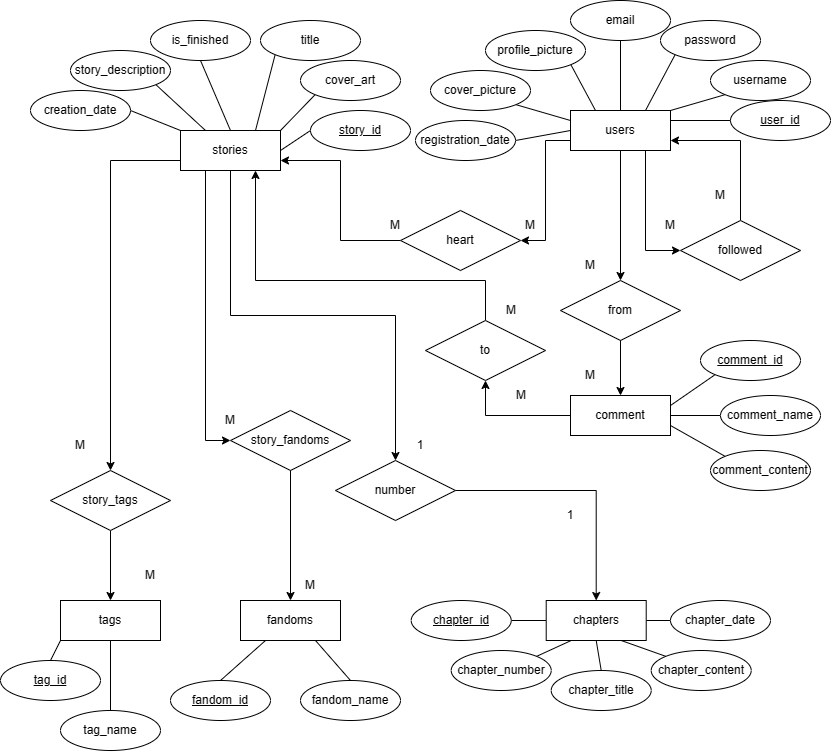
This is ER Diagram.png from SistemBasisData2023/fanhive, a draw.io export, as it was before one commit. Source tidied: cells renumbered, new cells last; positions are measured from the earlier drawing's top-left corner, leaving out a move shared by most shapes.
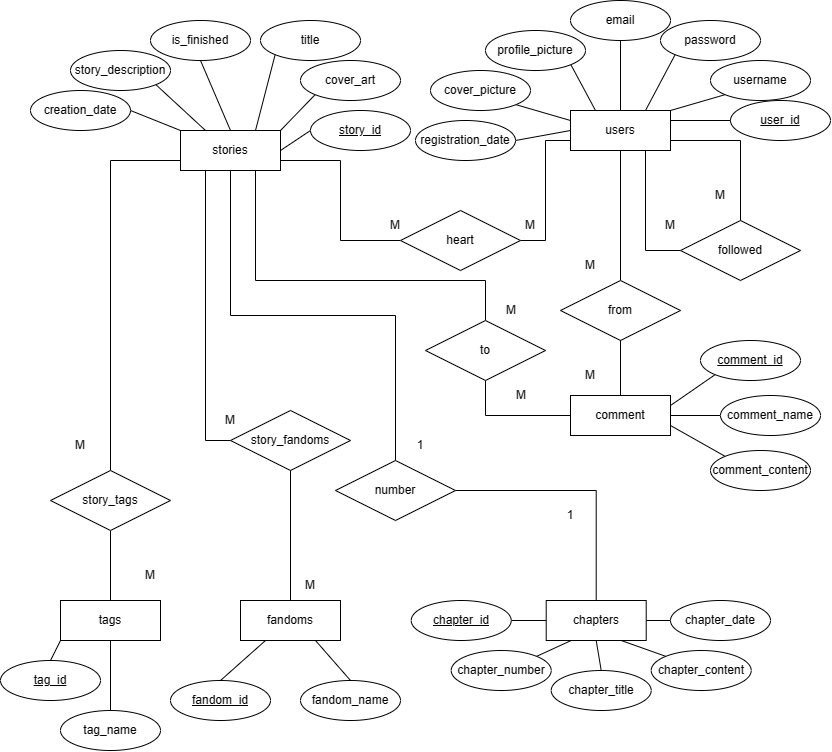
The same diagram one commit later.

The edit, as a diff of the source:
```diff
@@ -49,13 +49,13 @@
     <mxCell id="16" style="rounded=0;jettySize=auto;html=1;exitX=1;exitY=0.25;exitDx=0;exitDy=0;entryX=0;entryY=0.5;entryDx=0;entryDy=0;endArrow=none;endFill=0;" parent="1" edge="1" source="20" target="3">
       <mxGeometry relative="1" as="geometry" />
     </mxCell>
-    <mxCell id="17" style="edgeStyle=orthogonalEdgeStyle;rounded=0;jettySize=auto;html=1;exitX=0.75;exitY=1;exitDx=0;exitDy=0;entryX=0;entryY=0.5;entryDx=0;entryDy=0;" parent="1" edge="1" source="20" target="66">
+    <mxCell id="17" style="edgeStyle=orthogonalEdgeStyle;rounded=0;jettySize=auto;html=1;exitX=0.75;exitY=1;exitDx=0;exitDy=0;entryX=0;entryY=0.5;entryDx=0;entryDy=0;endArrow=none;endFill=0;" parent="1" edge="1" source="20" target="66">
       <mxGeometry relative="1" as="geometry" />
     </mxCell>
-    <mxCell id="18" style="edgeStyle=orthogonalEdgeStyle;rounded=0;jettySize=auto;html=1;exitX=0;exitY=0.75;exitDx=0;exitDy=0;entryX=1;entryY=0.5;entryDx=0;entryDy=0;" parent="1" edge="1" source="20" target="68">
+    <mxCell id="18" style="edgeStyle=orthogonalEdgeStyle;rounded=0;jettySize=auto;html=1;exitX=0;exitY=0.75;exitDx=0;exitDy=0;entryX=1;entryY=0.5;entryDx=0;entryDy=0;endArrow=none;endFill=0;" parent="1" edge="1" source="20" target="68">
       <mxGeometry relative="1" as="geometry" />
     </mxCell>
-    <mxCell id="19" style="edgeStyle=orthogonalEdgeStyle;rounded=0;jettySize=auto;html=1;exitX=0.5;exitY=1;exitDx=0;exitDy=0;entryX=0.5;entryY=0;entryDx=0;entryDy=0;" parent="1" edge="1" source="20" target="85">
+    <mxCell id="19" style="edgeStyle=orthogonalEdgeStyle;rounded=0;jettySize=auto;html=1;exitX=0.5;exitY=1;exitDx=0;exitDy=0;entryX=0.5;entryY=0;entryDx=0;entryDy=0;endArrow=none;endFill=0;" parent="1" edge="1" source="20" target="85">
       <mxGeometry relative="1" as="geometry" />
     </mxCell>
     <mxCell id="20" value="users" style="whiteSpace=wrap;html=1;align=center;" parent="1" vertex="1">
@@ -94,13 +94,13 @@
     <mxCell id="31" value="chapter_id" style="ellipse;whiteSpace=wrap;html=1;align=center;fontStyle=4;" parent="1" vertex="1">
       <mxGeometry x="410.7" y="600" width="100" height="40" as="geometry" />
     </mxCell>
-    <mxCell id="32" style="edgeStyle=orthogonalEdgeStyle;rounded=0;jettySize=auto;html=1;exitX=0;exitY=0.75;exitDx=0;exitDy=0;entryX=0.5;entryY=0;entryDx=0;entryDy=0;" parent="1" edge="1" source="35" target="78">
+    <mxCell id="32" style="edgeStyle=orthogonalEdgeStyle;rounded=0;jettySize=auto;html=1;exitX=0;exitY=0.75;exitDx=0;exitDy=0;entryX=0.5;entryY=0;entryDx=0;entryDy=0;endArrow=none;endFill=0;" parent="1" edge="1" source="35" target="78">
       <mxGeometry relative="1" as="geometry" />
     </mxCell>
-    <mxCell id="33" style="edgeStyle=orthogonalEdgeStyle;rounded=0;jettySize=auto;html=1;exitX=0.25;exitY=1;exitDx=0;exitDy=0;entryX=0;entryY=0.5;entryDx=0;entryDy=0;" parent="1" edge="1" source="35" target="72">
+    <mxCell id="33" style="edgeStyle=orthogonalEdgeStyle;rounded=0;jettySize=auto;html=1;exitX=0.25;exitY=1;exitDx=0;exitDy=0;entryX=0;entryY=0.5;entryDx=0;entryDy=0;endArrow=none;endFill=0;" parent="1" edge="1" source="35" target="72">
       <mxGeometry relative="1" as="geometry" />
     </mxCell>
-    <mxCell id="34" style="edgeStyle=orthogonalEdgeStyle;rounded=0;jettySize=auto;html=1;exitX=0.5;exitY=1;exitDx=0;exitDy=0;entryX=0.5;entryY=0;entryDx=0;entryDy=0;" parent="1" edge="1" source="35" target="90">
+    <mxCell id="34" style="edgeStyle=orthogonalEdgeStyle;rounded=0;jettySize=auto;html=1;exitX=0.5;exitY=1;exitDx=0;exitDy=0;entryX=0.5;entryY=0;entryDx=0;entryDy=0;endArrow=none;endFill=0;" parent="1" edge="1" source="35" target="90">
       <mxGeometry relative="1" as="geometry" />
     </mxCell>
     <mxCell id="35" value="stories" style="whiteSpace=wrap;html=1;align=center;" parent="1" vertex="1">
@@ -148,7 +148,7 @@
     <mxCell id="49" style="rounded=0;jettySize=auto;html=1;exitX=1;exitY=0.5;exitDx=0;exitDy=0;entryX=0;entryY=0.5;entryDx=0;entryDy=0;endArrow=none;endFill=0;" parent="1" edge="1" source="51" target="55">
       <mxGeometry relative="1" as="geometry" />
     </mxCell>
-    <mxCell id="50" style="edgeStyle=orthogonalEdgeStyle;rounded=0;jettySize=auto;html=1;exitX=0;exitY=0.5;exitDx=0;exitDy=0;entryX=0.5;entryY=1;entryDx=0;entryDy=0;" parent="1" edge="1" source="51" target="83">
+    <mxCell id="50" style="edgeStyle=orthogonalEdgeStyle;rounded=0;jettySize=auto;html=1;exitX=0;exitY=0.5;exitDx=0;exitDy=0;entryX=0.5;entryY=1;entryDx=0;entryDy=0;endArrow=none;endFill=0;" parent="1" edge="1" source="51" target="83">
       <mxGeometry relative="1" as="geometry" />
     </mxCell>
     <mxCell id="51" value="comment" style="whiteSpace=wrap;html=1;align=center;" parent="1" vertex="1">
@@ -193,7 +193,7 @@
     <mxCell id="64" value="fandom_name" style="ellipse;whiteSpace=wrap;html=1;align=center;" parent="1" vertex="1">
       <mxGeometry x="300" y="680" width="100" height="40" as="geometry" />
     </mxCell>
-    <mxCell id="65" style="edgeStyle=orthogonalEdgeStyle;rounded=0;jettySize=auto;html=1;exitX=0.5;exitY=0;exitDx=0;exitDy=0;entryX=1;entryY=0.75;entryDx=0;entryDy=0;" parent="1" edge="1" source="66" target="20">
+    <mxCell id="65" style="edgeStyle=orthogonalEdgeStyle;rounded=0;jettySize=auto;html=1;exitX=0.5;exitY=0;exitDx=0;exitDy=0;entryX=1;entryY=0.75;entryDx=0;entryDy=0;endArrow=none;endFill=0;" parent="1" edge="1" source="66" target="20">
       <mxGeometry relative="1" as="geometry">
         <Array as="points">
           <mxPoint x="740" y="140" />
@@ -203,7 +203,7 @@
     <mxCell id="66" value="followed" style="shape=rhombus;perimeter=rhombusPerimeter;whiteSpace=wrap;html=1;align=center;" parent="1" vertex="1">
       <mxGeometry x="680" y="220" width="120" height="60" as="geometry" />
     </mxCell>
-    <mxCell id="67" style="edgeStyle=orthogonalEdgeStyle;rounded=0;jettySize=auto;html=1;exitX=0;exitY=0.5;exitDx=0;exitDy=0;entryX=1;entryY=0.75;entryDx=0;entryDy=0;" parent="1" edge="1" source="68" target="35">
+    <mxCell id="67" style="edgeStyle=orthogonalEdgeStyle;rounded=0;jettySize=auto;html=1;exitX=0;exitY=0.5;exitDx=0;exitDy=0;entryX=1;entryY=0.75;entryDx=0;entryDy=0;endArrow=none;endFill=0;" parent="1" edge="1" source="68" target="35">
       <mxGeometry relative="1" as="geometry" />
     </mxCell>
     <mxCell id="68" value="heart" style="shape=rhombus;perimeter=rhombusPerimeter;whiteSpace=wrap;html=1;align=center;" parent="1" vertex="1">
@@ -215,7 +215,7 @@
     <mxCell id="70" value="M" style="text;html=1;strokeColor=none;fillColor=none;align=center;verticalAlign=middle;whiteSpace=wrap;rounded=0;" parent="1" vertex="1">
       <mxGeometry x="365" y="210" width="60" height="30" as="geometry" />
     </mxCell>
-    <mxCell id="71" style="edgeStyle=orthogonalEdgeStyle;rounded=0;jettySize=auto;html=1;exitX=0.5;exitY=1;exitDx=0;exitDy=0;entryX=0.5;entryY=0;entryDx=0;entryDy=0;" parent="1" edge="1" source="72" target="58">
+    <mxCell id="71" style="edgeStyle=orthogonalEdgeStyle;rounded=0;jettySize=auto;html=1;exitX=0.5;exitY=1;exitDx=0;exitDy=0;entryX=0.5;entryY=0;entryDx=0;entryDy=0;endArrow=none;endFill=0;" parent="1" edge="1" source="72" target="58">
       <mxGeometry relative="1" as="geometry" />
     </mxCell>
     <mxCell id="72" value="story_fandoms" style="shape=rhombus;perimeter=rhombusPerimeter;whiteSpace=wrap;html=1;align=center;" parent="1" vertex="1">
@@ -233,7 +233,7 @@
     <mxCell id="76" value="M" style="text;html=1;strokeColor=none;fillColor=none;align=center;verticalAlign=middle;whiteSpace=wrap;rounded=0;" parent="1" vertex="1">
       <mxGeometry x="690" y="180" width="60" height="30" as="geometry" />
     </mxCell>
-    <mxCell id="77" style="edgeStyle=orthogonalEdgeStyle;rounded=0;jettySize=auto;html=1;exitX=0.5;exitY=1;exitDx=0;exitDy=0;entryX=0.5;entryY=0;entryDx=0;entryDy=0;" parent="1" edge="1" source="78" target="61">
+    <mxCell id="77" style="edgeStyle=orthogonalEdgeStyle;rounded=0;jettySize=auto;html=1;exitX=0.5;exitY=1;exitDx=0;exitDy=0;entryX=0.5;entryY=0;entryDx=0;entryDy=0;endArrow=none;endFill=0;" parent="1" edge="1" source="78" target="61">
       <mxGeometry relative="1" as="geometry" />
     </mxCell>
     <mxCell id="78" value="story_tags" style="shape=rhombus;perimeter=rhombusPerimeter;whiteSpace=wrap;html=1;align=center;" parent="1" vertex="1">
@@ -248,7 +248,7 @@
     <mxCell id="81" value="M" style="text;html=1;strokeColor=none;fillColor=none;align=center;verticalAlign=middle;whiteSpace=wrap;rounded=0;" parent="1" vertex="1">
       <mxGeometry x="200" y="405" width="60" height="30" as="geometry" />
     </mxCell>
-    <mxCell id="82" style="edgeStyle=orthogonalEdgeStyle;rounded=0;jettySize=auto;html=1;exitX=0.5;exitY=0;exitDx=0;exitDy=0;entryX=0.75;entryY=1;entryDx=0;entryDy=0;" parent="1" edge="1" source="83" target="35">
+    <mxCell id="82" style="edgeStyle=orthogonalEdgeStyle;rounded=0;jettySize=auto;html=1;exitX=0.5;exitY=0;exitDx=0;exitDy=0;entryX=0.75;entryY=1;entryDx=0;entryDy=0;endArrow=none;endFill=0;" parent="1" edge="1" source="83" target="35">
       <mxGeometry relative="1" as="geometry">
         <Array as="points">
           <mxPoint x="485" y="280" />
@@ -259,7 +259,7 @@
     <mxCell id="83" value="to" style="shape=rhombus;perimeter=rhombusPerimeter;whiteSpace=wrap;html=1;align=center;" parent="1" vertex="1">
       <mxGeometry x="425" y="320" width="120" height="60" as="geometry" />
     </mxCell>
-    <mxCell id="84" style="edgeStyle=orthogonalEdgeStyle;rounded=0;jettySize=auto;html=1;exitX=0.5;exitY=1;exitDx=0;exitDy=0;entryX=0.5;entryY=0;entryDx=0;entryDy=0;" parent="1" edge="1" source="85" target="51">
+    <mxCell id="84" style="edgeStyle=orthogonalEdgeStyle;rounded=0;jettySize=auto;html=1;exitX=0.5;exitY=1;exitDx=0;exitDy=0;entryX=0.5;entryY=0;entryDx=0;entryDy=0;endArrow=none;endFill=0;" parent="1" edge="1" source="85" target="51">
       <mxGeometry relative="1" as="geometry" />
     </mxCell>
     <mxCell id="85" value="from" style="shape=rhombus;perimeter=rhombusPerimeter;whiteSpace=wrap;html=1;align=center;" parent="1" vertex="1">
@@ -274,7 +274,7 @@
     <mxCell id="88" value="M" style="text;html=1;strokeColor=none;fillColor=none;align=center;verticalAlign=middle;whiteSpace=wrap;rounded=0;" parent="1" vertex="1">
       <mxGeometry x="490.7" y="380" width="60" height="30" as="geometry" />
     </mxCell>
-    <mxCell id="89" style="edgeStyle=orthogonalEdgeStyle;rounded=0;jettySize=auto;html=1;exitX=1;exitY=0.5;exitDx=0;exitDy=0;entryX=0.5;entryY=0;entryDx=0;entryDy=0;" parent="1" edge="1" source="90" target="57">
+    <mxCell id="89" style="edgeStyle=orthogonalEdgeStyle;rounded=0;jettySize=auto;html=1;exitX=1;exitY=0.5;exitDx=0;exitDy=0;entryX=0.5;entryY=0;entryDx=0;entryDy=0;endArrow=none;endFill=0;" parent="1" edge="1" source="90" target="57">
       <mxGeometry relative="1" as="geometry" />
     </mxCell>
     <mxCell id="90" value="number" style="shape=rhombus;perimeter=rhombusPerimeter;whiteSpace=wrap;html=1;align=center;" parent="1" vertex="1">
```
